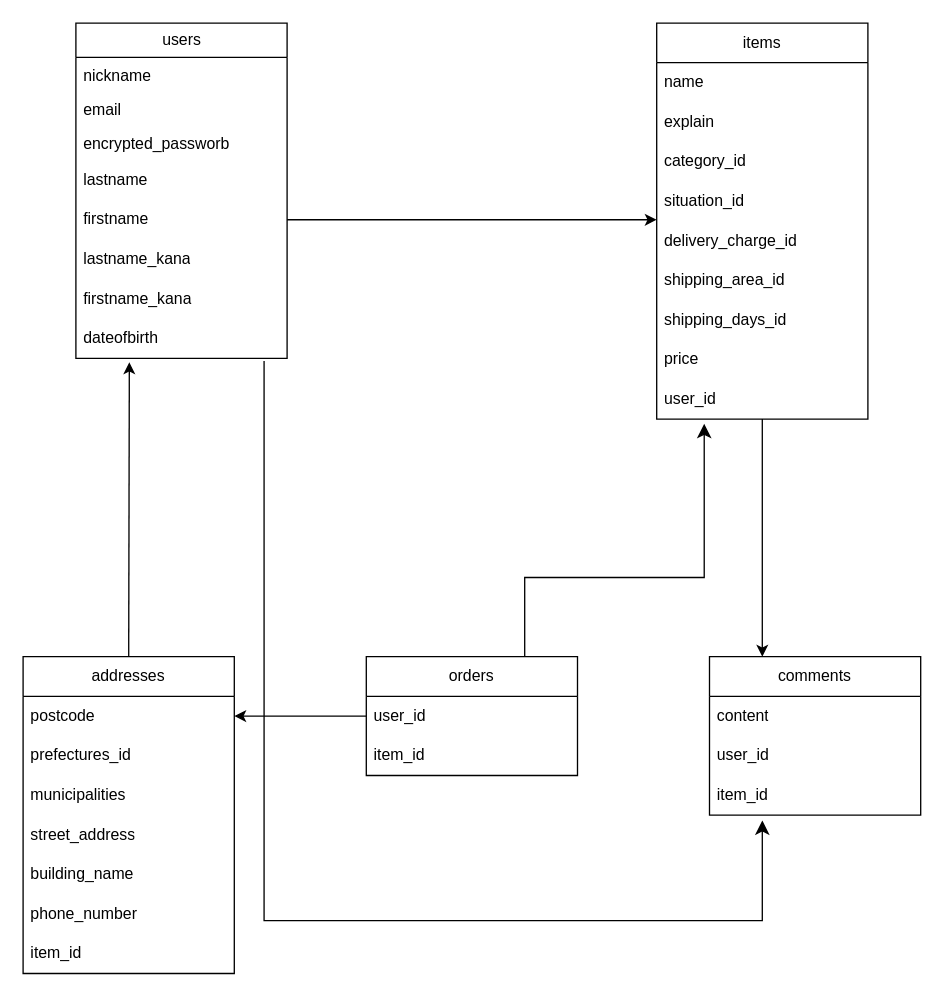
Before: furima.dio in Yoshidamouth/furima-40908, a draw.io diagram. Source tidied: cells renumbered, new cells numbered last; positions are measured from the earlier drawing's top-left corner, leaving out a move shared by most shapes. Both pictures are drawn from the tidied source at 132%, with x=0, y=0 at pixel (22, 22).
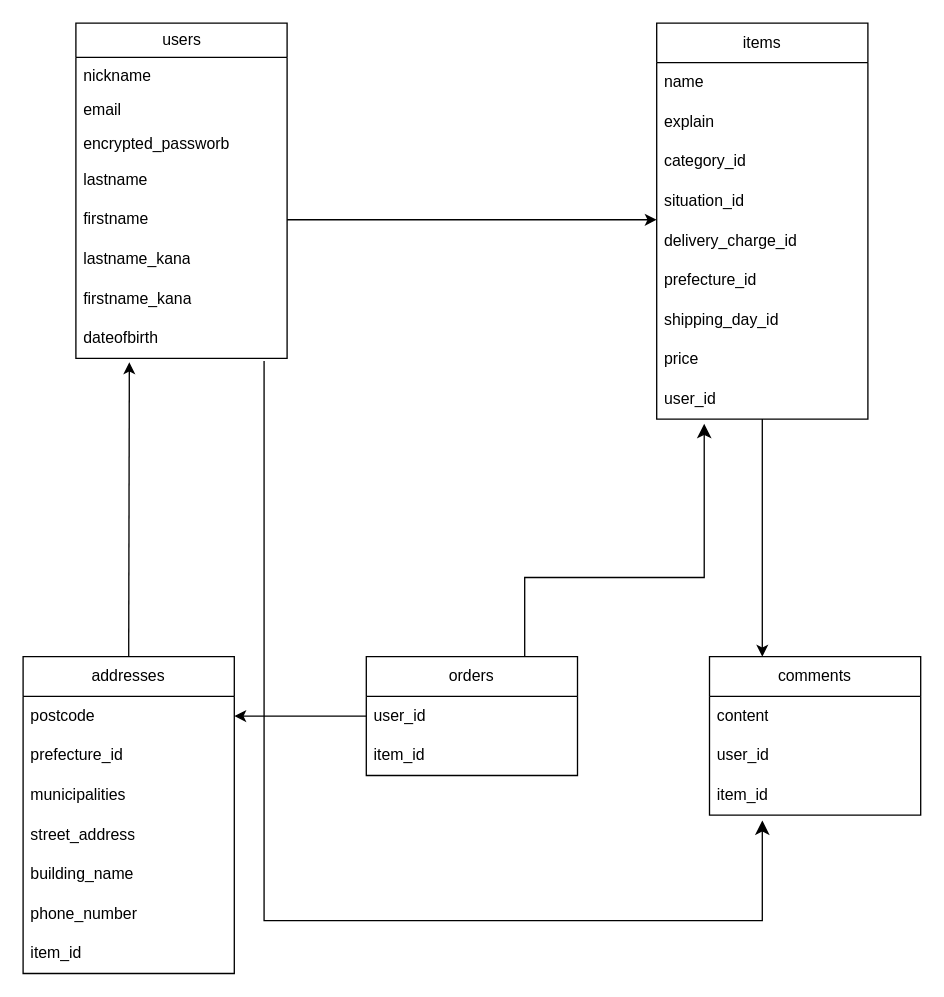
After the change.

Commit message (it also covers changes not shown here):
データベース設計 訂正2

Unchanged cells that the change refers to:
```xml
<mxCell id="12" value="items" style="swimlane;fontStyle=0;horizontal=1;startSize=30;whiteSpace=wrap;html=1;" parent="1" vertex="1">
  <mxGeometry x="480" width="160" height="300" as="geometry" />
</mxCell>
<mxCell id="23" value="addresses" style="swimlane;fontStyle=0;horizontal=1;startSize=30;whiteSpace=wrap;html=1;" parent="1" vertex="1">
  <mxGeometry y="480" width="160" height="240" as="geometry" />
</mxCell>
```

Change to the diagram source:
```diff
@@
-    <mxCell id="18" value="shipping_area_id" style="text;strokeColor=none;fillColor=none;align=left;verticalAlign=middle;spacingLeft=4;spacingRight=4;overflow=hidden;whiteSpace=wrap;html=1;" parent="12" vertex="1">
+    <mxCell id="18" value="prefecture_id" style="text;strokeColor=none;fillColor=none;align=left;verticalAlign=middle;spacingLeft=4;spacingRight=4;overflow=hidden;whiteSpace=wrap;html=1;" parent="12" vertex="1">
       <mxGeometry y="180" width="160" height="30" as="geometry" />
     </mxCell>
-    <mxCell id="19" value="shipping_days_id" style="text;strokeColor=none;fillColor=none;align=left;verticalAlign=middle;spacingLeft=4;spacingRight=4;overflow=hidden;whiteSpace=wrap;html=1;" parent="12" vertex="1">
+    <mxCell id="19" value="shipping_day_id" style="text;strokeColor=none;fillColor=none;align=left;verticalAlign=middle;spacingLeft=4;spacingRight=4;overflow=hidden;whiteSpace=wrap;html=1;" parent="12" vertex="1">
       <mxGeometry y="210" width="160" height="30" as="geometry" />
     </mxCell>
@@
-    <mxCell id="25" value="prefectures_id" style="text;strokeColor=none;fillColor=none;align=left;verticalAlign=middle;spacingLeft=4;spacingRight=4;overflow=hidden;whiteSpace=wrap;html=1;" parent="23" vertex="1">
+    <mxCell id="25" value="prefecture_id" style="text;strokeColor=none;fillColor=none;align=left;verticalAlign=middle;spacingLeft=4;spacingRight=4;overflow=hidden;whiteSpace=wrap;html=1;" parent="23" vertex="1">
       <mxGeometry y="60" width="160" height="30" as="geometry" />
     </mxCell>
```
